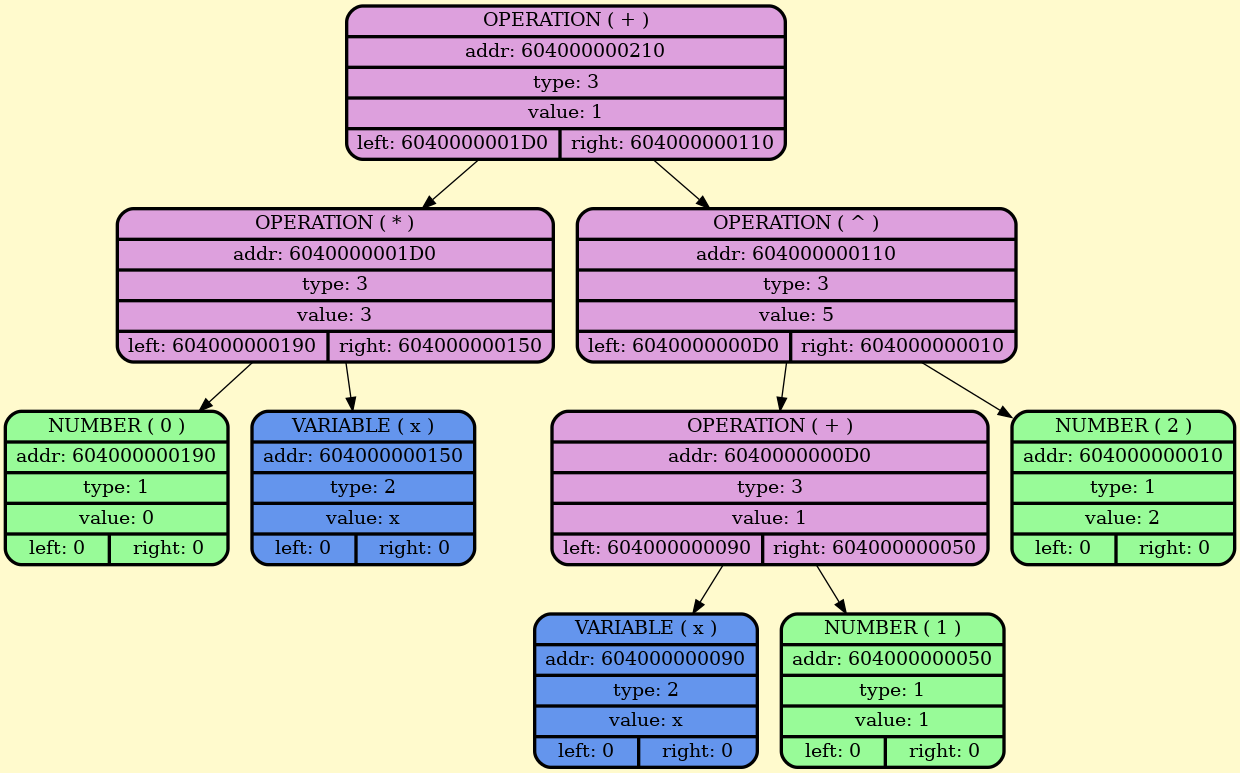
Earlier version of the Graphviz export dumpGraph/root.png (BulgakovDmitry/differentiator). Its source is kept beside it as dumpGraph/root.gv.
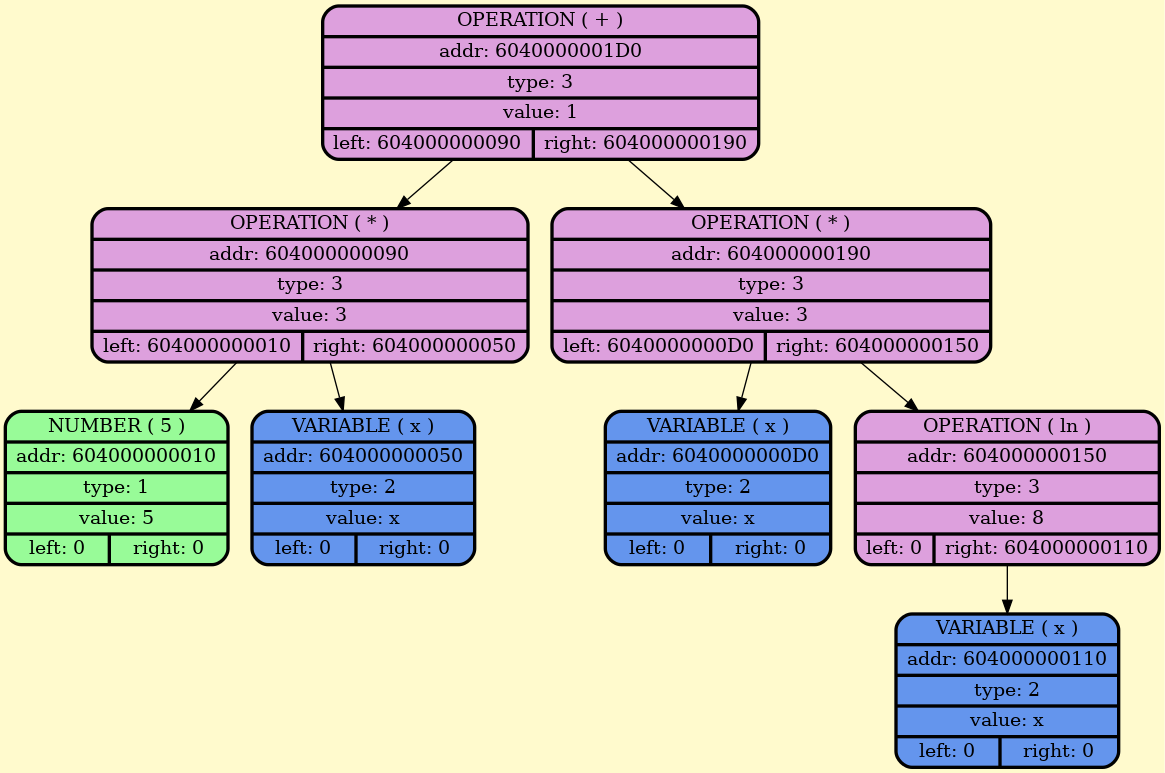
After the change.

Diff of the diagram source:
```diff
@@ -2,21 +2,19 @@
     node [style=filled, fontcolor=darkblue, fillcolor=peachpuff, color="#252A34", penwidth=2.5];
     bgcolor="lemonchiffon";
 
-node_0x604000000210 [shape=Mrecord; style = filled; fillcolor=plum; color = "#000000"; fontcolor = "#000000";label=" {OPERATION ( + ) | addr: 604000000210 | type: 3 | value: 1 | {left: 6040000001D0 | right: 604000000110}} "];
-node_0x6040000001d0 [shape=Mrecord; style = filled; fillcolor=plum; color = "#000000"; fontcolor = "#000000";label=" {OPERATION ( * ) | addr: 6040000001D0 | type: 3 | value: 3 | {left: 604000000190 | right: 604000000150}} "];
-    node_0x604000000190 [shape=Mrecord; style = filled; fillcolor = palegreen; color = "#000000"; fontcolor = "#000000";  label="  {NUMBER ( 0 )| addr: 604000000190 | type: 1| value: 0 | {left: 0 | right: 0}} "];
-    node_0x604000000150 [shape=Mrecord; style = filled; fillcolor = cornflowerblue; color = "#000000"; fontcolor = "#000000";  label="  {VARIABLE ( x )| addr: 604000000150 | type: 2| value: x | {left: 0 | right: 0}} "];
-node_0x604000000110 [shape=Mrecord; style = filled; fillcolor=plum; color = "#000000"; fontcolor = "#000000";label=" {OPERATION ( ^ ) | addr: 604000000110 | type: 3 | value: 5 | {left: 6040000000D0 | right: 604000000010}} "];
-node_0x6040000000d0 [shape=Mrecord; style = filled; fillcolor=plum; color = "#000000"; fontcolor = "#000000";label=" {OPERATION ( + ) | addr: 6040000000D0 | type: 3 | value: 1 | {left: 604000000090 | right: 604000000050}} "];
-    node_0x604000000090 [shape=Mrecord; style = filled; fillcolor = cornflowerblue; color = "#000000"; fontcolor = "#000000";  label="  {VARIABLE ( x )| addr: 604000000090 | type: 2| value: x | {left: 0 | right: 0}} "];
-    node_0x604000000050 [shape=Mrecord; style = filled; fillcolor = palegreen; color = "#000000"; fontcolor = "#000000";  label="  {NUMBER ( 1 )| addr: 604000000050 | type: 1| value: 1 | {left: 0 | right: 0}} "];
-    node_0x604000000010 [shape=Mrecord; style = filled; fillcolor = palegreen; color = "#000000"; fontcolor = "#000000";  label="  {NUMBER ( 2 )| addr: 604000000010 | type: 1| value: 2 | {left: 0 | right: 0}} "];
-    node_0x604000000210 -> node_0x6040000001d0;
+node_0x6040000001d0 [shape=Mrecord; style = filled; fillcolor=plum; color = "#000000"; fontcolor = "#000000";label=" {OPERATION ( + ) | addr: 6040000001D0 | type: 3 | value: 1 | {left: 604000000090 | right: 604000000190}} "];
+node_0x604000000090 [shape=Mrecord; style = filled; fillcolor=plum; color = "#000000"; fontcolor = "#000000";label=" {OPERATION ( * ) | addr: 604000000090 | type: 3 | value: 3 | {left: 604000000010 | right: 604000000050}} "];
+    node_0x604000000010 [shape=Mrecord; style = filled; fillcolor = palegreen; color = "#000000"; fontcolor = "#000000";  label="  {NUMBER ( 5 )| addr: 604000000010 | type: 1| value: 5 | {left: 0 | right: 0}} "];
+    node_0x604000000050 [shape=Mrecord; style = filled; fillcolor = cornflowerblue; color = "#000000"; fontcolor = "#000000";  label="  {VARIABLE ( x )| addr: 604000000050 | type: 2| value: x | {left: 0 | right: 0}} "];
+node_0x604000000190 [shape=Mrecord; style = filled; fillcolor=plum; color = "#000000"; fontcolor = "#000000";label=" {OPERATION ( * ) | addr: 604000000190 | type: 3 | value: 3 | {left: 6040000000D0 | right: 604000000150}} "];
+    node_0x6040000000d0 [shape=Mrecord; style = filled; fillcolor = cornflowerblue; color = "#000000"; fontcolor = "#000000";  label="  {VARIABLE ( x )| addr: 6040000000D0 | type: 2| value: x | {left: 0 | right: 0}} "];
+node_0x604000000150 [shape=Mrecord; style = filled; fillcolor=plum; color = "#000000"; fontcolor = "#000000";label=" {OPERATION ( ln ) | addr: 604000000150 | type: 3 | value: 8 | {left: 0 | right: 604000000110}} "];
+    node_0x604000000110 [shape=Mrecord; style = filled; fillcolor = cornflowerblue; color = "#000000"; fontcolor = "#000000";  label="  {VARIABLE ( x )| addr: 604000000110 | type: 2| value: x | {left: 0 | right: 0}} "];
+    node_0x6040000001d0 -> node_0x604000000090;
+    node_0x604000000090 -> node_0x604000000010;
+    node_0x604000000090 -> node_0x604000000050;
     node_0x6040000001d0 -> node_0x604000000190;
-    node_0x6040000001d0 -> node_0x604000000150;
-    node_0x604000000210 -> node_0x604000000110;
-    node_0x604000000110 -> node_0x6040000000d0;
-    node_0x6040000000d0 -> node_0x604000000090;
-    node_0x6040000000d0 -> node_0x604000000050;
-    node_0x604000000110 -> node_0x604000000010;
+    node_0x604000000190 -> node_0x6040000000d0;
+    node_0x604000000190 -> node_0x604000000150;
+    node_0x604000000150 -> node_0x604000000110;
 }
```
